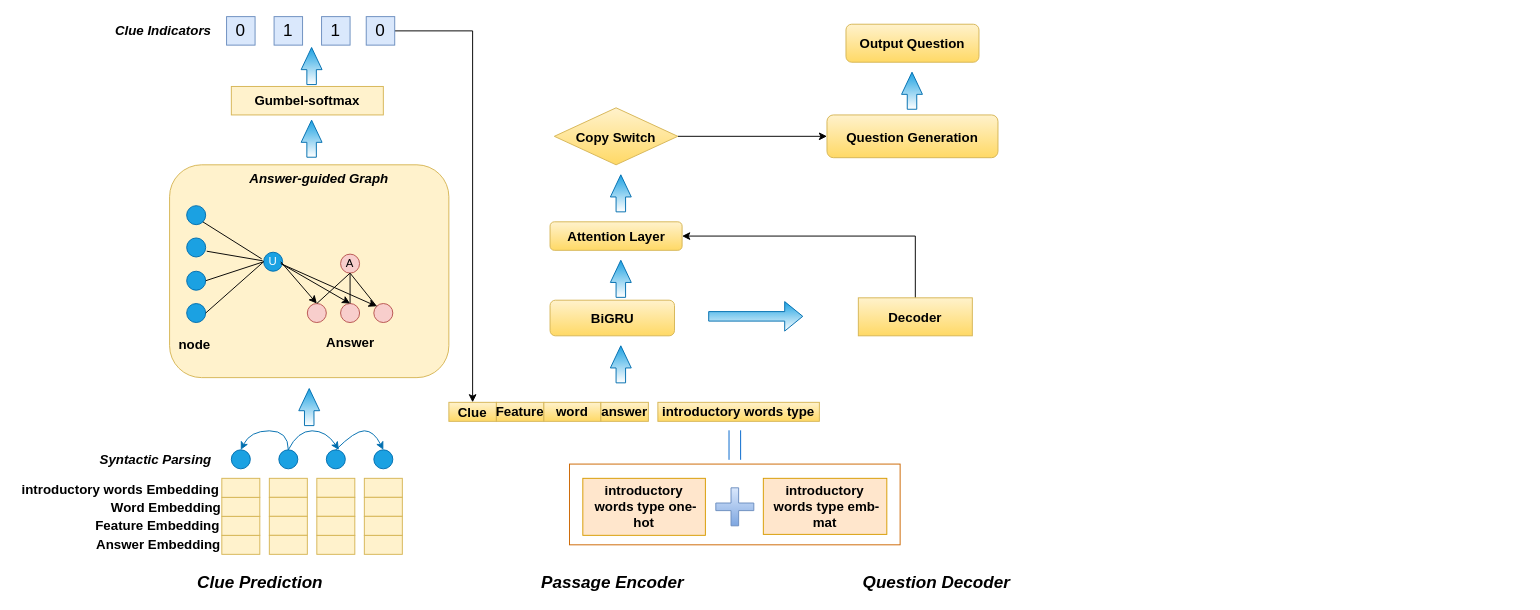
This is Untitled Diagram.drawio from ccut2014/-, a draw.io file, before an edit. Source tidied: cells renumbered, new cells numbered last; positions are measured from the earlier drawing's top-left corner, leaving out a move shared by most shapes. Both pictures are drawn from the tidied source at 95%, with x=0, y=0 at pixel (16, 16).
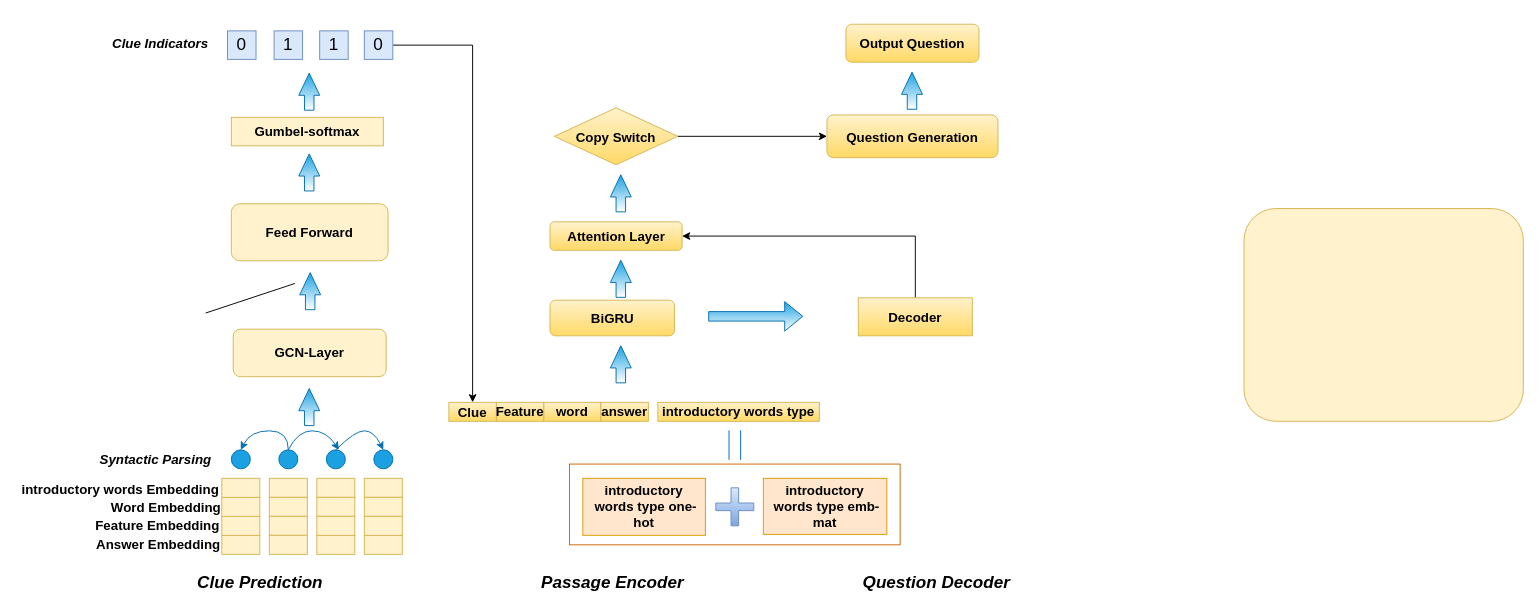
The same page after the edit.

Diff of the diagram source:
```diff
@@
     <mxCell id="10" style="rounded=1;whiteSpace=wrap;html=1;fillColor=#fff2cc;strokeColor=#d6b656;" parent="1" vertex="1">
-      <mxGeometry x="161" y="156" width="294" height="224" as="geometry" />
+      <mxGeometry x="1292" y="202" width="294" height="224" as="geometry" />
     </mxCell>
@@
     <mxCell id="12" value="&lt;font style=&quot;font-size: 14px&quot;&gt;&lt;b&gt;Gumbel-softmax&lt;/b&gt;&lt;/font&gt;" style="rounded=0;whiteSpace=wrap;html=1;fillColor=#fff2cc;strokeColor=#d6b656;" parent="1" vertex="1">
-      <mxGeometry x="226" y="73.5" width="160" height="30" as="geometry" />
+      <mxGeometry x="226" y="106" width="160" height="30" as="geometry" />
     </mxCell>
     <mxCell id="13" style="shape=flexArrow;endArrow=classic;html=1;rounded=0;endWidth=11;endSize=7.44;fillColor=#1ba1e2;strokeColor=#006EAF;gradientColor=#ffffff;" parent="1" edge="1">
       <mxGeometry relative="1" as="geometry">
-        <mxPoint x="310.5" y="148.5" as="sourcePoint" />
-        <mxPoint x="310.5" y="108.5" as="targetPoint" />
+        <mxPoint x="308" y="184" as="sourcePoint" />
+        <mxPoint x="308" y="144" as="targetPoint" />
       </mxGeometry>
     </mxCell>
@@
     <mxCell id="29" value="&lt;font style=&quot;font-size: 18px&quot;&gt;0&lt;/font&gt;" style="whiteSpace=wrap;html=1;fillColor=#dae8fc;strokeColor=#6c8ebf;" parent="1" vertex="1">
-      <mxGeometry x="221" width="30" height="30" as="geometry" />
+      <mxGeometry x="222" y="15" width="30" height="30" as="geometry" />
     </mxCell>
     <mxCell id="30" value="&lt;font style=&quot;font-size: 18px&quot;&gt;1&lt;/font&gt;" style="whiteSpace=wrap;html=1;fillColor=#dae8fc;strokeColor=#6c8ebf;" parent="1" vertex="1">
-      <mxGeometry x="271" width="30" height="30" as="geometry" />
+      <mxGeometry x="271" y="15" width="30" height="30" as="geometry" />
     </mxCell>
     <mxCell id="31" value="&lt;font style=&quot;font-size: 18px&quot;&gt;1&lt;/font&gt;" style="whiteSpace=wrap;html=1;fillColor=#dae8fc;strokeColor=#6c8ebf;" parent="1" vertex="1">
-      <mxGeometry x="321" width="30" height="30" as="geometry" />
+      <mxGeometry x="319" y="15" width="30" height="30" as="geometry" />
     </mxCell>
@@
     <mxCell id="33" value="&lt;font style=&quot;font-size: 18px&quot;&gt;0&lt;/font&gt;" style="whiteSpace=wrap;html=1;fillColor=#dae8fc;strokeColor=#6c8ebf;" parent="1" vertex="1">
-      <mxGeometry x="368" width="30" height="30" as="geometry" />
+      <mxGeometry x="366" y="15" width="30" height="30" as="geometry" />
     </mxCell>
@@
     <mxCell id="39" style="shape=flexArrow;endArrow=classic;html=1;rounded=0;endWidth=11;endSize=7.44;fillColor=#1ba1e2;strokeColor=#006EAF;gradientColor=#ffffff;" parent="1" edge="1">
       <mxGeometry relative="1" as="geometry">
-        <mxPoint x="310.5" y="72" as="sourcePoint" />
-        <mxPoint x="310.5" y="32" as="targetPoint" />
+        <mxPoint x="308" y="99" as="sourcePoint" />
+        <mxPoint x="308" y="59" as="targetPoint" />
       </mxGeometry>
     </mxCell>
     <mxCell id="40" value="&lt;font style=&quot;font-size: 14px&quot;&gt;&lt;b&gt;&lt;i&gt;Clue Indicators&lt;/i&gt;&lt;/b&gt;&lt;/font&gt;" style="text;html=1;align=center;verticalAlign=middle;strokeColor=none;fillColor=none;fontSize=14;fontFamily=Helvetica;" parent="1" vertex="1">
-      <mxGeometry x="94" y="5" width="120" height="20" as="geometry" />
+      <mxGeometry x="91" y="18" width="120" height="20" as="geometry" />
     </mxCell>
@@
-    <mxCell id="67" value="&lt;b&gt;&lt;i&gt;&lt;font style=&quot;font-size: 14px&quot;&gt;Answer-guided Graph&lt;/font&gt;&lt;/i&gt;&lt;/b&gt;" style="text;html=1;align=center;verticalAlign=middle;strokeColor=none;fillColor=none;" parent="1" vertex="1">
-      <mxGeometry x="240" y="161" width="156" height="19" as="geometry" />
-    </mxCell>
-    <mxCell id="68" style="ellipse;whiteSpace=wrap;html=1;fillColor=#1ba1e2;fontColor=#ffffff;strokeColor=#006EAF;" parent="1" vertex="1">
-      <mxGeometry x="179" y="199" width="20" height="20" as="geometry" />
-    </mxCell>
-    <mxCell id="69" style="ellipse;whiteSpace=wrap;html=1;fillColor=#1ba1e2;fontColor=#ffffff;strokeColor=#006EAF;" parent="1" vertex="1">
-      <mxGeometry x="179" y="268" width="20" height="20" as="geometry" />
-    </mxCell>
-    <mxCell id="70" style="ellipse;whiteSpace=wrap;html=1;fillColor=#1ba1e2;fontColor=#ffffff;strokeColor=#006EAF;" parent="1" vertex="1">
-      <mxGeometry x="179" y="233" width="20" height="20" as="geometry" />
-    </mxCell>
-    <mxCell id="71" style="ellipse;whiteSpace=wrap;html=1;fillColor=#1ba1e2;fontColor=#ffffff;strokeColor=#006EAF;" parent="1" vertex="1">
-      <mxGeometry x="179" y="302" width="20" height="20" as="geometry" />
-    </mxCell>
-    <mxCell id="72" value="&lt;b&gt;node&lt;/b&gt;" style="text;html=1;align=center;verticalAlign=middle;strokeColor=none;fillColor=none;fontSize=14;fontFamily=Helvetica;fontColor=#000000;" parent="1" vertex="1">
-      <mxGeometry x="165" y="334" width="43" height="21" as="geometry" />
-    </mxCell>
-    <mxCell id="73" value="A" style="ellipse;whiteSpace=wrap;html=1;fillColor=#f8cecc;strokeColor=#b85450;" parent="1" vertex="1">
-      <mxGeometry x="341" y="250" width="20" height="20" as="geometry" />
-    </mxCell>
-    <mxCell id="74" value="U" style="ellipse;whiteSpace=wrap;html=1;fillColor=#1ba1e2;fontColor=#ffffff;strokeColor=#006EAF;" parent="1" vertex="1">
-      <mxGeometry x="260" y="248" width="20" height="20" as="geometry" />
-    </mxCell>
-    <mxCell id="75" style="ellipse;whiteSpace=wrap;html=1;fillColor=#f8cecc;strokeColor=#b85450;" parent="1" vertex="1">
-      <mxGeometry x="306" y="302" width="20" height="20" as="geometry" />
-    </mxCell>
-    <mxCell id="76" style="ellipse;whiteSpace=wrap;html=1;fillColor=#f8cecc;strokeColor=#b85450;" parent="1" vertex="1">
-      <mxGeometry x="341" y="302" width="20" height="20" as="geometry" />
-    </mxCell>
-    <mxCell id="77" style="ellipse;whiteSpace=wrap;html=1;fillColor=#f8cecc;strokeColor=#b85450;" parent="1" vertex="1">
-      <mxGeometry x="376" y="302" width="20" height="20" as="geometry" />
-    </mxCell>
-    <mxCell id="78" style="endArrow=none;html=1;rounded=0;fontFamily=Helvetica;fontSize=14;fontColor=#000000;exitX=1;exitY=1;exitDx=0;exitDy=0;" parent="1" edge="1" source="68">
-      <mxGeometry relative="1" as="geometry">
-        <mxPoint x="258" y="255" as="targetPoint" />
-      </mxGeometry>
-    </mxCell>
-    <mxCell id="79" style="endArrow=none;html=1;rounded=0;fontFamily=Helvetica;fontSize=14;fontColor=#000000;exitX=0.133;exitY=0.406;exitDx=0;exitDy=0;exitPerimeter=0;" parent="1" edge="1" source="10">
-      <mxGeometry relative="1" as="geometry">
-        <mxPoint x="259" y="257" as="targetPoint" />
-      </mxGeometry>
-    </mxCell>
-    <mxCell id="80" style="endArrow=none;html=1;rounded=0;fontFamily=Helvetica;fontSize=14;fontColor=#000000;entryX=0;entryY=0.5;entryDx=0;entryDy=0;exitX=1;exitY=0.5;exitDx=0;exitDy=0;" parent="1" edge="1" source="69" target="74">
-      <mxGeometry relative="1" as="geometry" />
-    </mxCell>
-    <mxCell id="81" style="endArrow=none;html=1;rounded=0;fontFamily=Helvetica;fontSize=14;fontColor=#000000;entryX=0;entryY=0.5;entryDx=0;entryDy=0;exitX=1;exitY=0.5;exitDx=0;exitDy=0;" parent="1" edge="1" source="71" target="74">
-      <mxGeometry relative="1" as="geometry" />
+    <mxCell id="81" style="endArrow=none;html=1;rounded=0;fontFamily=Helvetica;fontSize=14;fontColor=#000000;entryX=0;entryY=0.5;entryDx=0;entryDy=0;exitX=1;exitY=0.5;exitDx=0;exitDy=0;" parent="1" edge="1">
+      <mxGeometry relative="1" as="geometry">
+        <mxPoint x="199" y="312" as="sourcePoint" />
+        <mxPoint x="292.9" y="280.9" as="targetPoint" />
+      </mxGeometry>
     </mxCell>
-    <mxCell id="82" style="endArrow=none;html=1;rounded=0;fontFamily=Helvetica;fontSize=14;fontColor=#000000;entryX=0.5;entryY=1;entryDx=0;entryDy=0;exitX=0.5;exitY=0;exitDx=0;exitDy=0;" parent="1" edge="1" source="75" target="73">
-      <mxGeometry relative="1" as="geometry" />
-    </mxCell>
-    <mxCell id="83" style="endArrow=none;html=1;rounded=0;fontFamily=Helvetica;fontSize=14;fontColor=#000000;exitX=0.5;exitY=0;exitDx=0;exitDy=0;" parent="1" edge="1" source="76">
-      <mxGeometry relative="1" as="geometry">
-        <mxPoint x="351" y="271" as="targetPoint" />
-      </mxGeometry>
-    </mxCell>
-    <mxCell id="84" style="endArrow=none;html=1;rounded=0;fontFamily=Helvetica;fontSize=14;fontColor=#000000;exitX=0;exitY=0;exitDx=0;exitDy=0;entryX=0.5;entryY=1;entryDx=0;entryDy=0;" parent="1" edge="1" source="77" target="73">
-      <mxGeometry relative="1" as="geometry" />
-    </mxCell>
-    <mxCell id="85" value="&lt;b&gt;Answer&lt;/b&gt;" style="text;html=1;align=center;verticalAlign=middle;strokeColor=none;fillColor=none;fontSize=14;fontFamily=Helvetica;fontColor=#000000;" parent="1" vertex="1">
-      <mxGeometry x="320.5" y="332" width="61" height="21" as="geometry" />
-    </mxCell>
-    <mxCell id="86" style="endArrow=classic;html=1;rounded=0;fontFamily=Helvetica;fontSize=14;fontColor=#000000;entryX=0.5;entryY=0;entryDx=0;entryDy=0;" parent="1" edge="1" target="75">
-      <mxGeometry relative="1" as="geometry">
-        <mxPoint x="278" y="258" as="sourcePoint" />
-      </mxGeometry>
-    </mxCell>
-    <mxCell id="87" style="endArrow=classic;html=1;rounded=0;fontFamily=Helvetica;fontSize=14;fontColor=#000000;" parent="1" edge="1">
-      <mxGeometry relative="1" as="geometry">
-        <mxPoint x="280" y="261" as="sourcePoint" />
-        <mxPoint x="351" y="302" as="targetPoint" />
-      </mxGeometry>
-    </mxCell>
-    <mxCell id="88" style="endArrow=classic;html=1;rounded=0;fontFamily=Helvetica;fontSize=14;fontColor=#000000;entryX=0;entryY=0;entryDx=0;entryDy=0;" parent="1" edge="1" target="77">
-      <mxGeometry relative="1" as="geometry">
-        <mxPoint x="278" y="260" as="sourcePoint" />
-      </mxGeometry>
-    </mxCell>
+    <mxCell id="89" value="&lt;font style=&quot;font-size: 14px;&quot;&gt;&lt;b&gt;GCN-Layer&lt;/b&gt;&lt;/font&gt;" style="rounded=1;whiteSpace=wrap;html=1;fillColor=#fff2cc;strokeColor=#d6b656;" parent="1" vertex="1">
+      <mxGeometry x="228" y="329" width="161" height="50" as="geometry" />
+    </mxCell>
+    <mxCell id="90" value="&lt;b&gt;Feed Forward&lt;/b&gt;" style="rounded=1;whiteSpace=wrap;html=1;fontSize=14;fillColor=#fff2cc;strokeColor=#d6b656;" parent="1" vertex="1">
+      <mxGeometry x="226" y="197" width="165" height="60" as="geometry" />
+    </mxCell>
+    <mxCell id="91" style="shape=flexArrow;endArrow=classic;html=1;rounded=0;endWidth=11;endSize=7.44;fillColor=#1ba1e2;strokeColor=#006EAF;gradientColor=#ffffff;" parent="1" edge="1">
+      <mxGeometry relative="1" as="geometry">
+        <mxPoint x="309" y="309" as="sourcePoint" />
+        <mxPoint x="309" y="269" as="targetPoint" />
+      </mxGeometry>
+    </mxCell>
```
